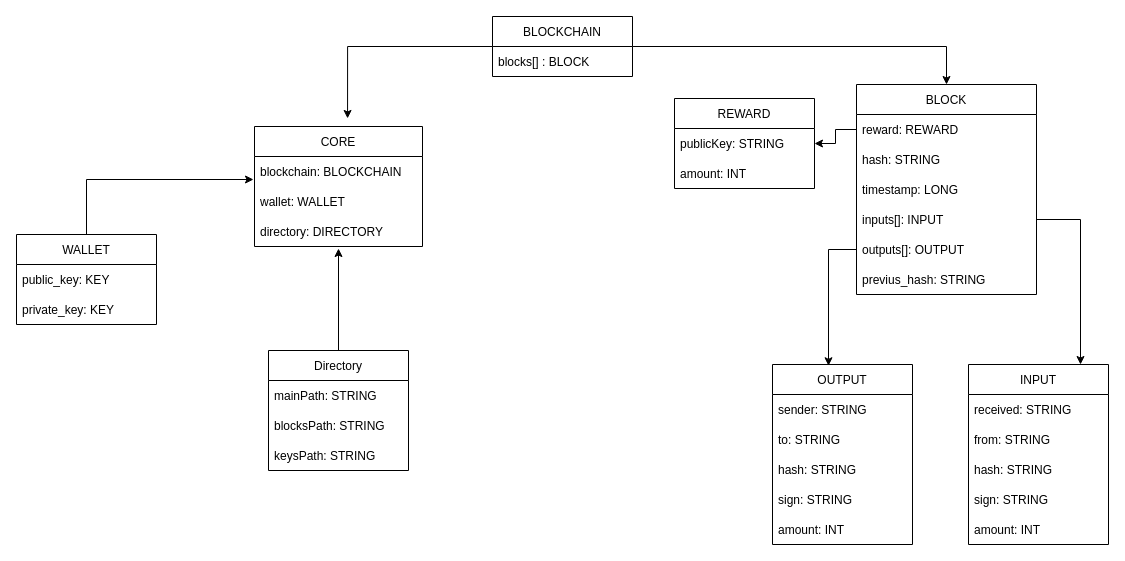
Earlier version of the draw.io diagram Progettazione/UML.drawio (micchf/arus-digital-currency). Source tidied: cells renumbered, new cells numbered last; positions are measured from the earlier drawing's top-left corner, leaving out a move shared by most shapes. Both pictures are drawn from the tidied source at 100%, with x=0, y=0 at pixel (16, 16).
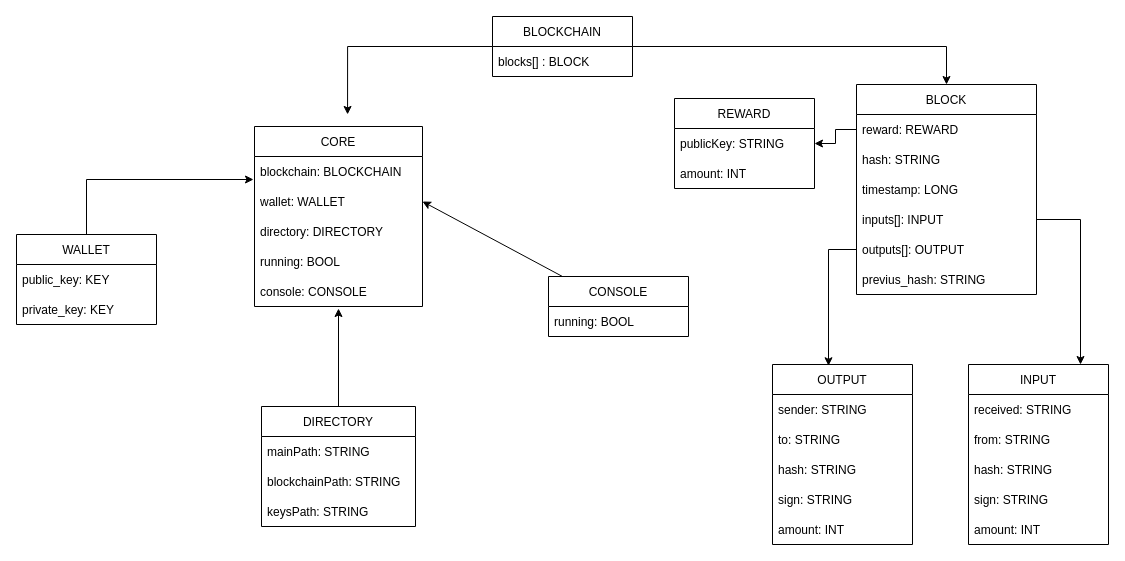
Above is the later version.

Unchanged cells that the change refers to:
```xml
<mxCell id="33" value="wallet: WALLET" style="text;strokeColor=none;fillColor=none;align=left;verticalAlign=middle;spacingLeft=4;spacingRight=4;overflow=hidden;points=[[0,0.5],[1,0.5]];portConstraint=eastwest;" parent="31" vertex="1">
  <mxGeometry y="60" width="168" height="30" as="geometry" />
</mxCell>
<mxCell id="34" value="directory: DIRECTORY" style="text;strokeColor=none;fillColor=none;align=left;verticalAlign=middle;spacingLeft=4;spacingRight=4;overflow=hidden;points=[[0,0.5],[1,0.5]];portConstraint=eastwest;" parent="31" vertex="1">
  <mxGeometry y="90" width="168" height="30" as="geometry" />
</mxCell>
```

Diff of the diagram source:
```diff
@@
     <mxCell id="31" value="CORE" style="swimlane;fontStyle=0;horizontal=1;startSize=30;" parent="1" vertex="1">
-      <mxGeometry x="238" y="110" width="168" height="120" as="geometry" />
+      <mxGeometry x="238" y="110" width="168" height="180" as="geometry" />
     </mxCell>
@@
+    <mxCell id="44" value="running: BOOL" style="text;strokeColor=none;fillColor=none;align=left;verticalAlign=middle;spacingLeft=4;spacingRight=4;overflow=hidden;" parent="31" vertex="1">
+      <mxGeometry y="120" width="168" height="30" as="geometry" />
+    </mxCell>
+    <mxCell id="45" value="console: CONSOLE" style="text;strokeColor=none;fillColor=none;align=left;verticalAlign=middle;spacingLeft=4;spacingRight=4;overflow=hidden;points=[[0,0.5],[1,0.5]];portConstraint=eastwest;" parent="31" vertex="1">
+      <mxGeometry y="150" width="168" height="30" as="geometry" />
+    </mxCell>
@@
-    <mxCell id="39" style="edgeStyle=none;html=1;entryX=0.5;entryY=1.067;entryDx=0;entryDy=0;entryPerimeter=0;" parent="1" edge="1" source="40" target="34">
-      <mxGeometry relative="1" as="geometry" />
-    </mxCell>
+    <mxCell id="46" style="edgeStyle=none;html=1;entryX=0.5;entryY=1.067;entryDx=0;entryDy=0;entryPerimeter=0;" parent="1" edge="1" source="40" target="45">
+      <mxGeometry relative="1" as="geometry" />
+    </mxCell>
-    <mxCell id="40" value="Directory" style="swimlane;fontStyle=0;horizontal=1;startSize=30;" parent="1" vertex="1">
-      <mxGeometry x="252" y="334" width="140" height="120" as="geometry" />
+    <mxCell id="40" value="DIRECTORY" style="swimlane;fontStyle=0;horizontal=1;startSize=30;" parent="1" vertex="1">
+      <mxGeometry x="245" y="390" width="154" height="120" as="geometry" />
     </mxCell>
     <mxCell id="41" value="mainPath: STRING" style="text;strokeColor=none;fillColor=none;align=left;verticalAlign=middle;spacingLeft=4;spacingRight=4;overflow=hidden;" parent="40" vertex="1">
-      <mxGeometry y="30" width="140" height="30" as="geometry" />
+      <mxGeometry y="30" width="154" height="30" as="geometry" />
     </mxCell>
-    <mxCell id="42" value="blocksPath: STRING" style="text;strokeColor=none;fillColor=none;align=left;verticalAlign=middle;spacingLeft=4;spacingRight=4;overflow=hidden;" parent="40" vertex="1">
-      <mxGeometry y="60" width="140" height="30" as="geometry" />
+    <mxCell id="42" value="blockchainPath: STRING" style="text;strokeColor=none;fillColor=none;align=left;verticalAlign=middle;spacingLeft=4;spacingRight=4;overflow=hidden;" parent="40" vertex="1">
+      <mxGeometry y="60" width="154" height="30" as="geometry" />
     </mxCell>
     <mxCell id="43" value="keysPath: STRING" style="text;strokeColor=none;fillColor=none;align=left;verticalAlign=middle;spacingLeft=4;spacingRight=4;overflow=hidden;" parent="40" vertex="1">
-      <mxGeometry y="90" width="140" height="30" as="geometry" />
+      <mxGeometry y="90" width="154" height="30" as="geometry" />
     </mxCell>
+    <mxCell id="47" style="edgeStyle=none;html=1;entryX=1;entryY=0.5;entryDx=0;entryDy=0;" parent="1" edge="1" source="48" target="33">
+      <mxGeometry relative="1" as="geometry" />
+    </mxCell>
+    <mxCell id="48" value="CONSOLE" style="swimlane;fontStyle=0;horizontal=1;startSize=30;" parent="1" vertex="1">
+      <mxGeometry x="532" y="260" width="140" height="60" as="geometry" />
+    </mxCell>
+    <mxCell id="49" value="running: BOOL" style="text;strokeColor=none;fillColor=none;align=left;verticalAlign=middle;spacingLeft=4;spacingRight=4;overflow=hidden;" parent="48" vertex="1">
+      <mxGeometry y="30" width="140" height="30" as="geometry" />
+    </mxCell>
```
